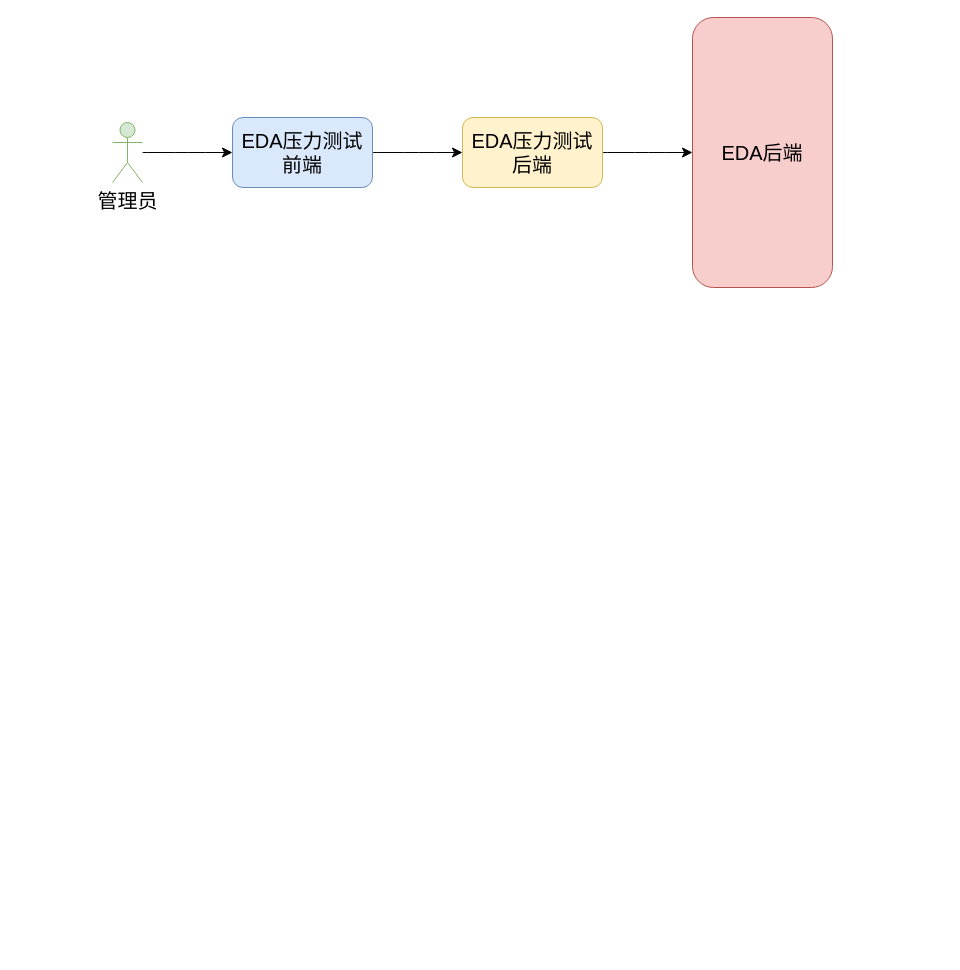
This is page "第 5 页" (5 of 6) of eda_platform.drawio from kwhitestone/drawio, a draw.io file, before an edit. Source tidied: cells renumbered, new cells numbered last; positions are measured from the earlier drawing's top-left corner, leaving out a move shared by most shapes. Both pictures are drawn from the tidied source at 100%, with x=0, y=0 at pixel (112, 17).
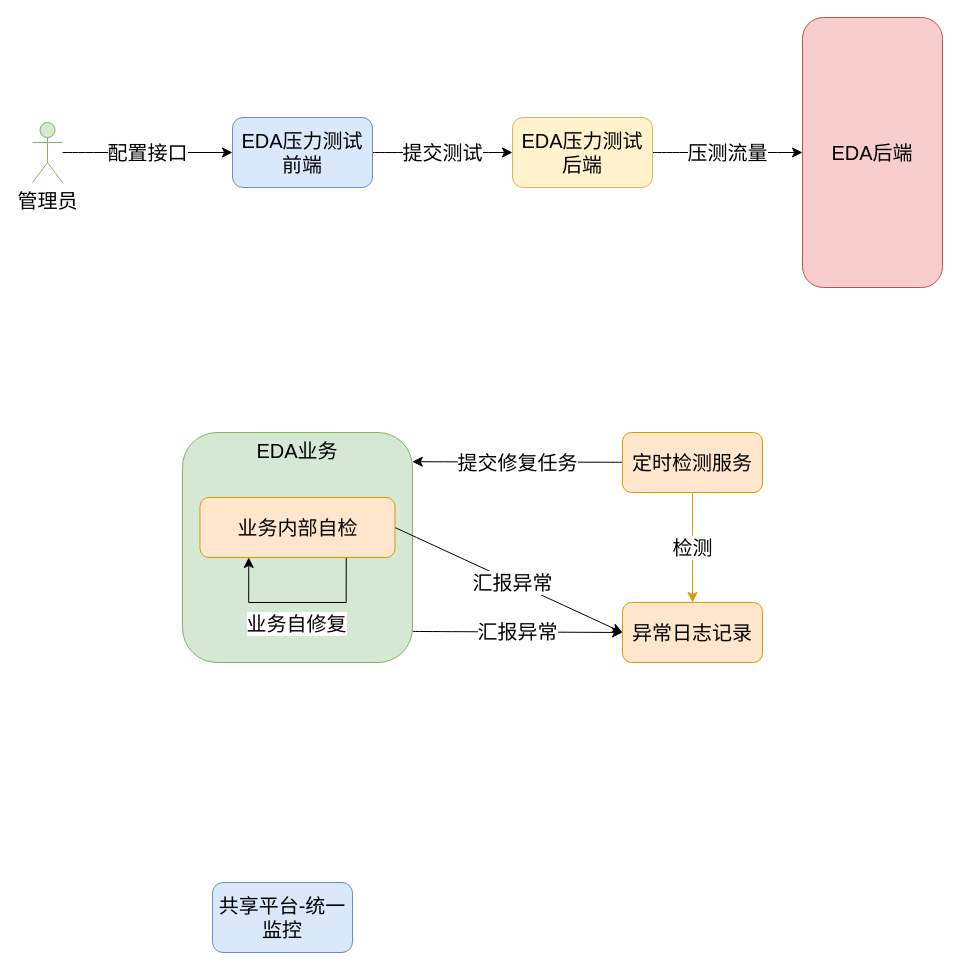
The same page after the edit.

Unchanged cells that the change refers to:
```xml
<mxCell id="3" value="EDA压力测试前端" style="rounded=1;whiteSpace=wrap;html=1;fillColor=#dae8fc;strokeColor=#6c8ebf;fontSize=20;" parent="1" vertex="1">
  <mxGeometry x="120" y="100" width="140" height="70" as="geometry" />
</mxCell>
```

What changed in the source:
```diff
@@
-    <mxCell id="2" style="edgeStyle=none;curved=1;rounded=0;jettySize=auto;html=1;entryX=0;entryY=0.5;entryDx=0;entryDy=0;fontSize=20;startSize=8;endSize=8;" parent="1" edge="1" source="3" target="5">
+    <mxCell id="2" value="提交测试" style="edgeStyle=none;curved=1;rounded=0;jettySize=auto;html=1;entryX=0;entryY=0.5;entryDx=0;entryDy=0;fontSize=20;startSize=8;endSize=8;" parent="1" edge="1" source="3" target="5">
       <mxGeometry relative="1" as="geometry" />
     </mxCell>
@@
-    <mxCell id="4" style="edgeStyle=none;curved=1;rounded=0;jettySize=auto;html=1;entryX=0;entryY=0.5;entryDx=0;entryDy=0;fontSize=20;startSize=8;endSize=8;" parent="1" edge="1" source="5" target="8">
+    <mxCell id="4" value="压测流量" style="edgeStyle=none;curved=1;rounded=0;jettySize=auto;html=1;entryX=0;entryY=0.5;entryDx=0;entryDy=0;fontSize=20;startSize=8;endSize=8;" parent="1" edge="1" source="5" target="8">
       <mxGeometry relative="1" as="geometry" />
     </mxCell>
     <mxCell id="5" value="EDA压力测试后端" style="rounded=1;whiteSpace=wrap;html=1;fillColor=#fff2cc;strokeColor=#d6b656;fontSize=20;" parent="1" vertex="1">
-      <mxGeometry x="350" y="100" width="140" height="70" as="geometry" />
+      <mxGeometry x="400" y="100" width="140" height="70" as="geometry" />
     </mxCell>
-    <mxCell id="6" style="edgeStyle=none;curved=1;rounded=0;jettySize=auto;html=1;entryX=0;entryY=0.5;entryDx=0;entryDy=0;fontSize=20;startSize=8;endSize=8;" parent="1" edge="1" source="7" target="3">
+    <mxCell id="6" value="配置接口" style="edgeStyle=none;curved=1;rounded=0;jettySize=auto;html=1;entryX=0;entryY=0.5;entryDx=0;entryDy=0;fontSize=20;startSize=8;endSize=8;" parent="1" edge="1" source="7" target="3">
       <mxGeometry relative="1" as="geometry" />
     </mxCell>
     <mxCell id="7" value="管理员" style="shape=umlActor;verticalLabelPosition=bottom;verticalAlign=top;html=1;outlineConnect=0;fillColor=#d5e8d4;strokeColor=#82b366;fontSize=20;" parent="1" vertex="1">
-      <mxGeometry y="105" width="30" height="60" as="geometry" />
+      <mxGeometry x="-80" y="105" width="30" height="60" as="geometry" />
     </mxCell>
     <mxCell id="8" value="EDA后端" style="rounded=1;whiteSpace=wrap;html=1;fillColor=#f8cecc;strokeColor=#b85450;fontSize=20;" parent="1" vertex="1">
-      <mxGeometry x="580" width="140" height="270" as="geometry" />
+      <mxGeometry x="690" width="140" height="270" as="geometry" />
     </mxCell>
+    <mxCell id="9" value="检测" style="edgeStyle=none;curved=1;rounded=0;jettySize=auto;html=1;entryX=0.5;entryY=0;entryDx=0;entryDy=0;fontSize=20;startSize=8;endSize=8;fillColor=#ffe6cc;strokeColor=#d79b00;" parent="1" edge="1" source="11" target="12">
+      <mxGeometry relative="1" as="geometry" />
+    </mxCell>
+    <mxCell id="10" value="提交修复任务" style="edgeStyle=none;curved=1;rounded=0;jettySize=auto;html=1;entryX=0.999;entryY=0.127;entryDx=0;entryDy=0;fontSize=20;startSize=8;endSize=8;entryPerimeter=0;" parent="1" edge="1" source="11" target="14">
+      <mxGeometry relative="1" as="geometry" />
+    </mxCell>
+    <mxCell id="11" value="定时检测服务" style="rounded=1;whiteSpace=wrap;html=1;fontSize=20;fillColor=#ffe6cc;strokeColor=#d79b00;" parent="1" vertex="1">
+      <mxGeometry x="510" y="415" width="140" height="60" as="geometry" />
+    </mxCell>
+    <mxCell id="12" value="异常日志记录" style="rounded=1;whiteSpace=wrap;html=1;fontSize=20;fillColor=#ffe6cc;strokeColor=#d79b00;" parent="1" vertex="1">
+      <mxGeometry x="510" y="585" width="140" height="60" as="geometry" />
+    </mxCell>
+    <mxCell id="13" value="汇报异常" style="edgeStyle=none;curved=1;rounded=0;jettySize=auto;html=1;entryX=0;entryY=0.5;entryDx=0;entryDy=0;fontSize=20;startSize=8;endSize=8;exitX=1;exitY=0.865;exitDx=0;exitDy=0;exitPerimeter=0;" parent="1" edge="1" source="14" target="12">
+      <mxGeometry relative="1" as="geometry" />
+    </mxCell>
+    <mxCell id="14" value="EDA业务" style="rounded=1;whiteSpace=wrap;html=1;fontSize=20;verticalAlign=top;fillColor=#d5e8d4;strokeColor=#82b366;" parent="1" vertex="1">
+      <mxGeometry x="70" y="415" width="230" height="230" as="geometry" />
+    </mxCell>
+    <mxCell id="15" value="汇报异常" style="edgeStyle=none;curved=1;rounded=0;jettySize=auto;html=1;entryX=0;entryY=0.5;entryDx=0;entryDy=0;fontSize=20;startSize=8;endSize=8;exitX=1;exitY=0.5;exitDx=0;exitDy=0;" parent="1" edge="1" source="18" target="12">
+      <mxGeometry x="0.04" y="-1" relative="1" as="geometry" />
+    </mxCell>
+    <mxCell id="16" style="edgeStyle=orthogonalEdgeStyle;rounded=0;orthogonalLoop=1;jettySize=auto;html=1;fontSize=12;startSize=8;endSize=8;entryX=0.25;entryY=1;entryDx=0;entryDy=0;exitX=0.75;exitY=1;exitDx=0;exitDy=0;" parent="1" edge="1" source="18" target="18">
+      <mxGeometry relative="1" as="geometry">
+        <Array as="points">
+          <mxPoint x="233.5" y="585" />
+          <mxPoint x="136.5" y="585" />
+        </Array>
+      </mxGeometry>
+    </mxCell>
+    <mxCell id="17" value="业务自修复" style="edgeLabel;html=1;align=center;verticalAlign=middle;fontSize=20;" parent="16" vertex="1">
+      <mxGeometry x="-0.01" y="1" relative="1" as="geometry">
+        <mxPoint x="-2" y="19" as="offset" />
+      </mxGeometry>
+    </mxCell>
+    <mxCell id="18" value="业务内部自检" style="rounded=1;whiteSpace=wrap;html=1;fontSize=20;fillColor=#ffe6cc;strokeColor=#d79b00;" parent="1" vertex="1">
+      <mxGeometry x="87.5" y="480" width="195" height="60" as="geometry" />
+    </mxCell>
+    <mxCell id="19" value="共享平台-统一监控" style="rounded=1;whiteSpace=wrap;html=1;fillColor=#dae8fc;strokeColor=#6c8ebf;fontSize=20;" parent="1" vertex="1">
+      <mxGeometry x="100" y="865" width="140" height="70" as="geometry" />
+    </mxCell>
```
